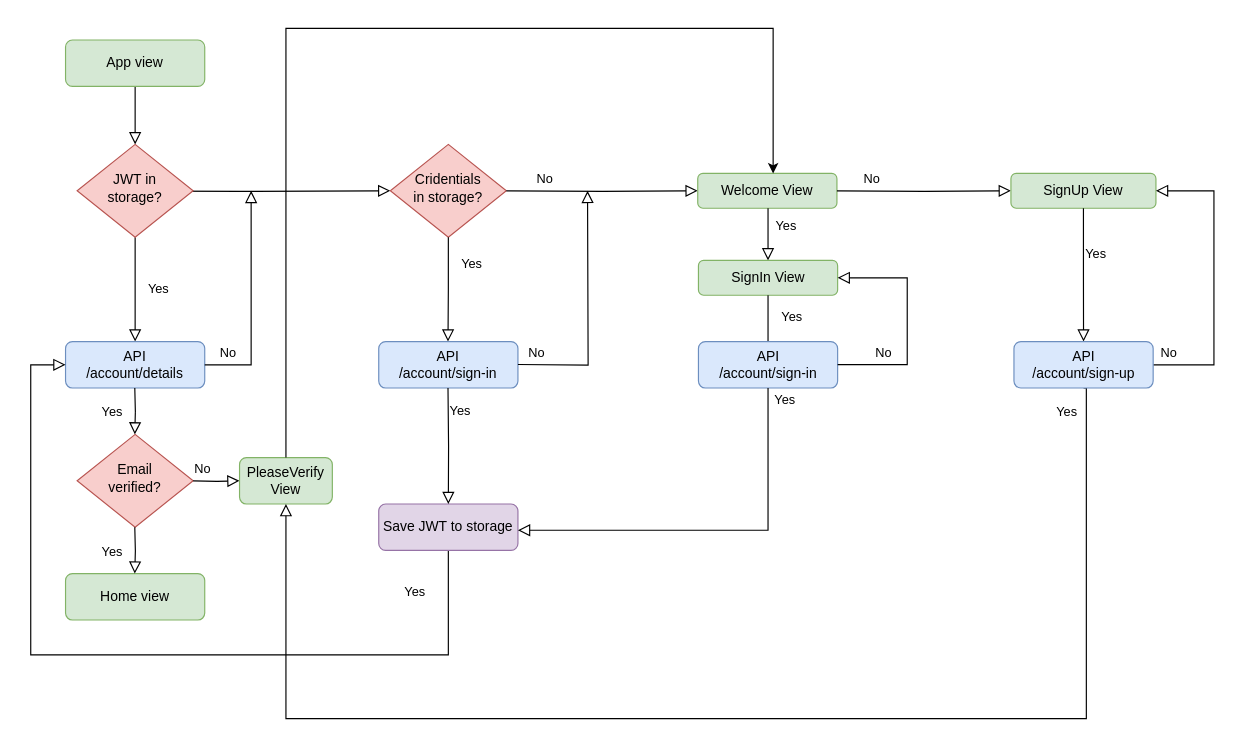
Before: flow.drawio in i-b8o/wb_assistant, a draw.io diagram. Source tidied: cells renumbered, new cells numbered last; positions are measured from the earlier drawing's top-left corner, leaving out a move shared by most shapes. Both pictures are drawn from the tidied source at 116%, with x=0, y=0 at pixel (30, 28).
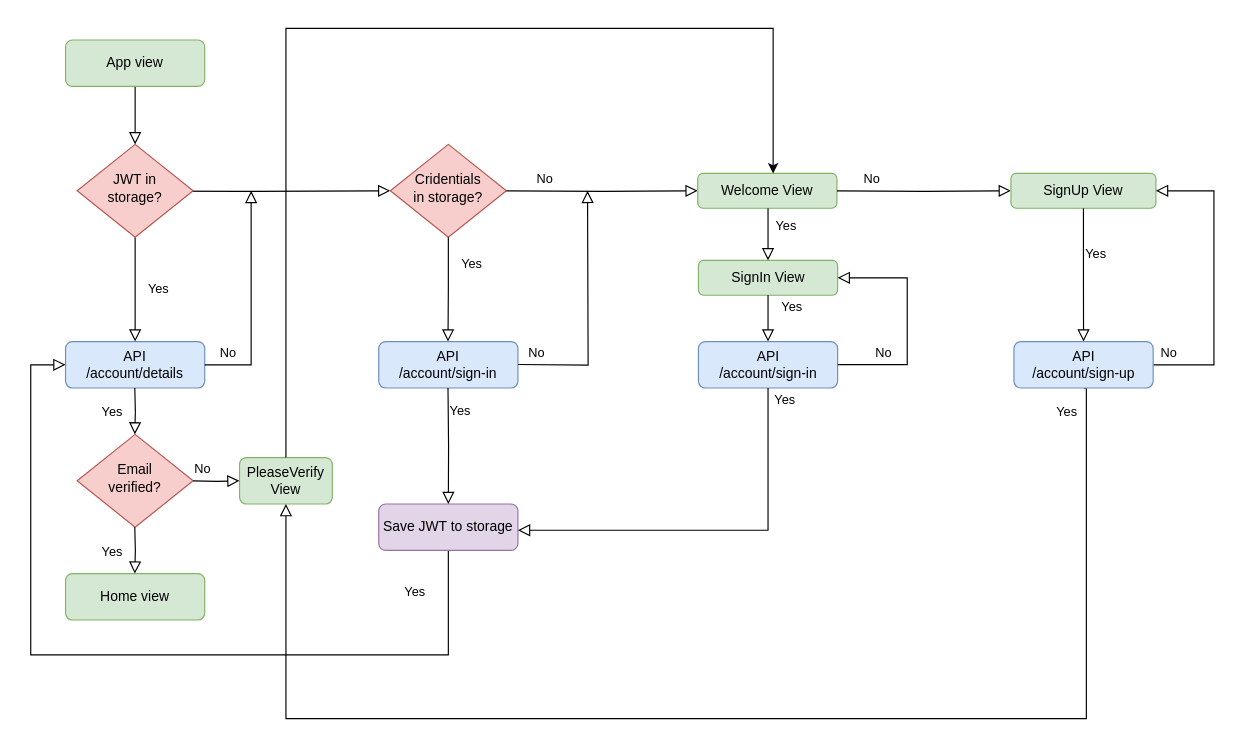
The same diagram, later.

Unchanged cells that the change refers to:
```xml
<mxCell id="27" value="SignIn View" style="rounded=1;whiteSpace=wrap;html=1;fontSize=12;glass=0;strokeWidth=1;shadow=0;fillColor=#d5e8d4;strokeColor=#82b366;" parent="1" vertex="1">
  <mxGeometry x="575.6" y="200" width="120" height="30" as="geometry" />
</mxCell>
<mxCell id="29" value="API&lt;br&gt;/account/sign-in" style="rounded=1;whiteSpace=wrap;html=1;fontSize=12;glass=0;strokeWidth=1;shadow=0;fillColor=#dae8fc;strokeColor=#6c8ebf;" parent="1" vertex="1">
  <mxGeometry x="575.6" y="270" width="120" height="40" as="geometry" />
</mxCell>
```

The edit, as a diff of the source:
```diff
@@
-    <mxCell id="28" value="Yes" style="rounded=0;html=1;jettySize=auto;fontSize=11;endArrow=block;endFill=0;endSize=8;strokeWidth=1;shadow=0;labelBackgroundColor=none;edgeStyle=orthogonalEdgeStyle;exitX=0.5;exitY=1;exitDx=0;exitDy=0;" parent="1" edge="1" source="27">
-      <mxGeometry x="-0.5" y="20" relative="1" as="geometry">
-        <mxPoint x="650.3" y="290" as="targetPoint" />
-        <Array as="points">
-          <mxPoint x="636" y="290" />
-        </Array>
-      </mxGeometry>
+    <mxCell id="28" value="Yes" style="rounded=0;html=1;jettySize=auto;fontSize=11;endArrow=block;endFill=0;endSize=8;strokeWidth=1;shadow=0;labelBackgroundColor=none;edgeStyle=orthogonalEdgeStyle;exitX=0.5;exitY=1;exitDx=0;exitDy=0;entryX=0.5;entryY=0;entryDx=0;entryDy=0;" parent="1" edge="1" source="27" target="29">
+      <mxGeometry x="-0.5" y="20" relative="1" as="geometry" />
     </mxCell>
```
